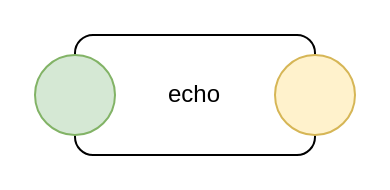
This is page "Leaf" (1 of 5) of hello world eh.drawio from guitarvydas/eh, a draw.io file, before an edit. Source tidied: cells renumbered, new cells numbered last; positions are measured from the earlier drawing's top-left corner, leaving out a move shared by most shapes. Both pictures are drawn from the tidied source at 200%, with x=0, y=0 at pixel (34, 34).
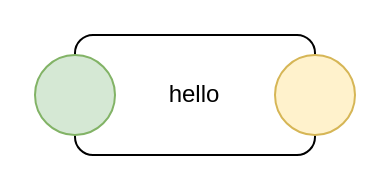
The same page after the edit.

The edit, as a diff of the source:
```diff
@@
 <mxGraphModel>
   <root>
     <mxCell id="0" />
     <mxCell id="1" parent="0" />
-    <mxCell id="2" value="echo" style="rounded=1;whiteSpace=wrap;html=1;" parent="1" vertex="1">
+    <mxCell id="2" value="hello" style="rounded=1;whiteSpace=wrap;html=1;" parent="1" vertex="1">
       <mxGeometry x="20" width="120" height="60" as="geometry" />
     </mxCell>
     <mxCell id="3" style="ellipse;whiteSpace=wrap;html=1;fillColor=#fff2cc;strokeColor=#d6b656;" parent="1" vertex="1">
       <mxGeometry x="120" y="10" width="40" height="40" as="geometry" />
     </mxCell>
     <mxCell id="4" style="ellipse;whiteSpace=wrap;html=1;fillColor=#d5e8d4;strokeColor=#82b366;" parent="1" vertex="1">
       <mxGeometry y="10" width="40" height="40" as="geometry" />
     </mxCell>
   </root>
 </mxGraphModel>
```
